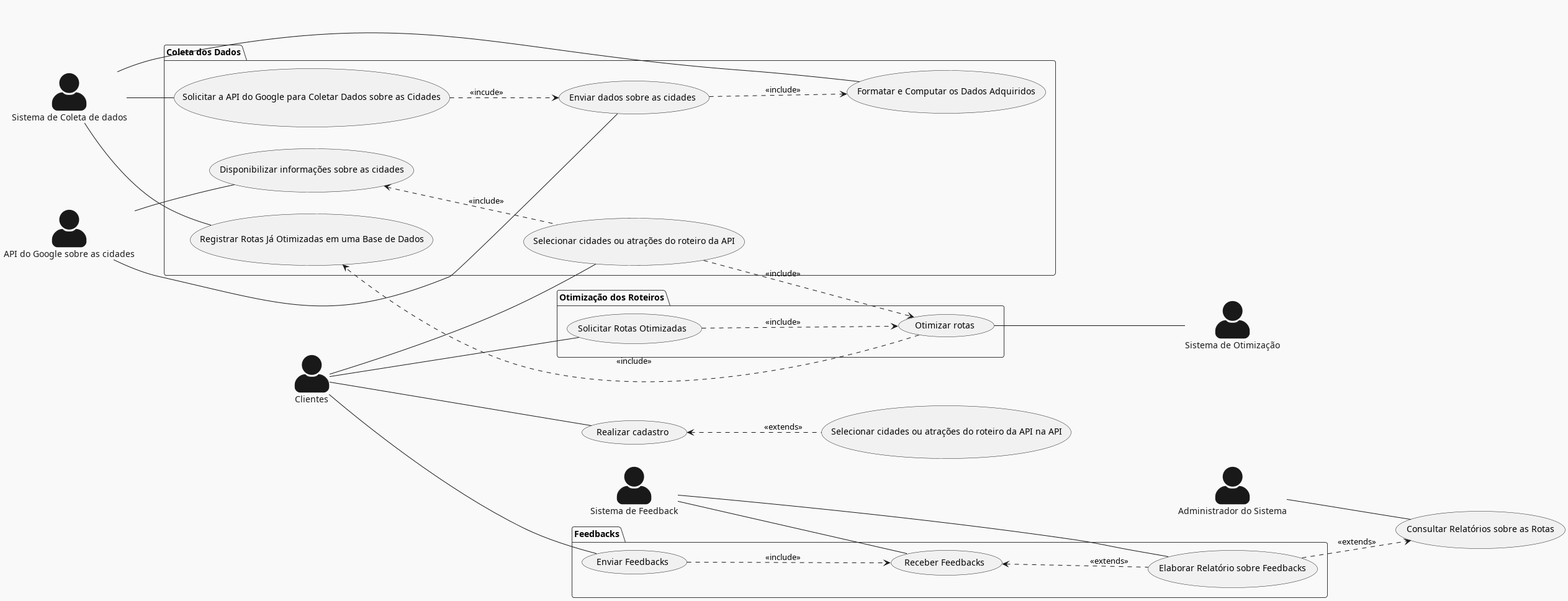
pedrodilallo/site_turismo_SIG keeps this PlantUML diagram as Relatório/Semana-1/Diagramas/DCU.png. Above is the earlier version.
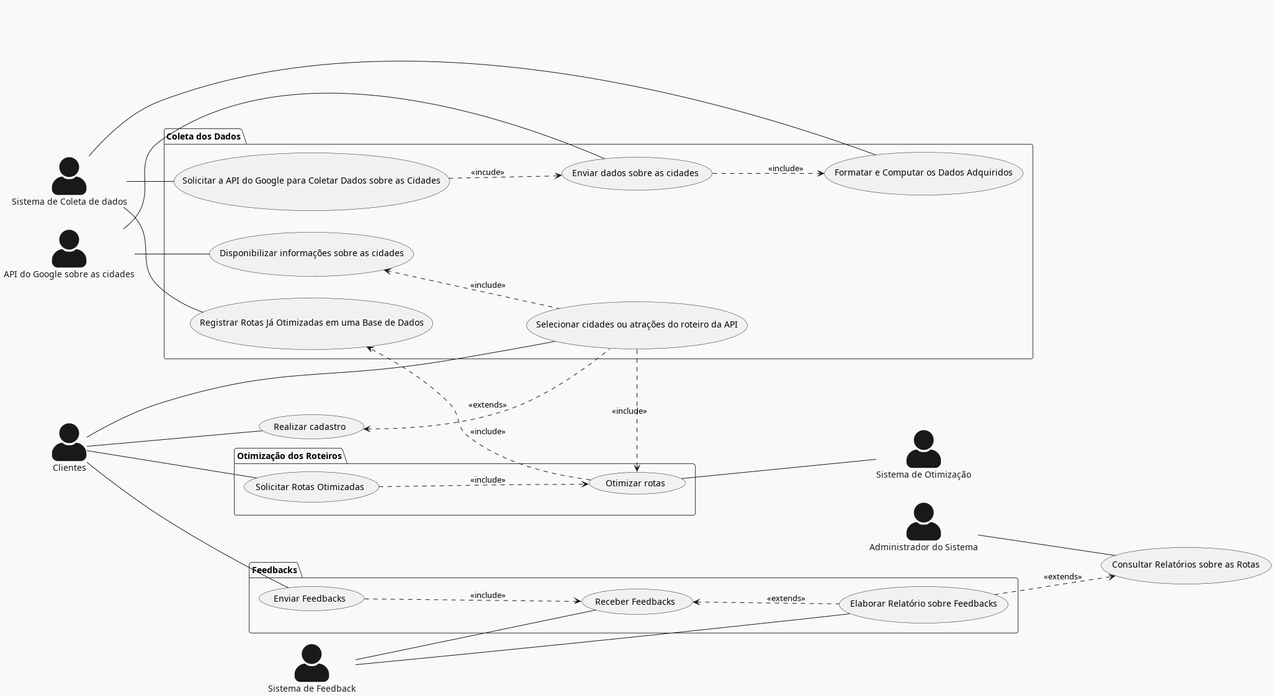
After the change.

Commit message:
Mais correções DCU

Change to the diagram source:
```diff
@@ -45,7 +45,7 @@
 
 
 
-(Realizar cadastro) <.. (Selecionar cidades ou atrações do roteiro da API na API) : <<extends>>
+(Realizar cadastro) <.. (Selecionar cidades ou atrações do roteiro da API) : <<extends>>
 (Enviar dados sobre as cidades) ..> (Formatar e Computar os Dados Adquiridos) : <<include>>
 
 
```
